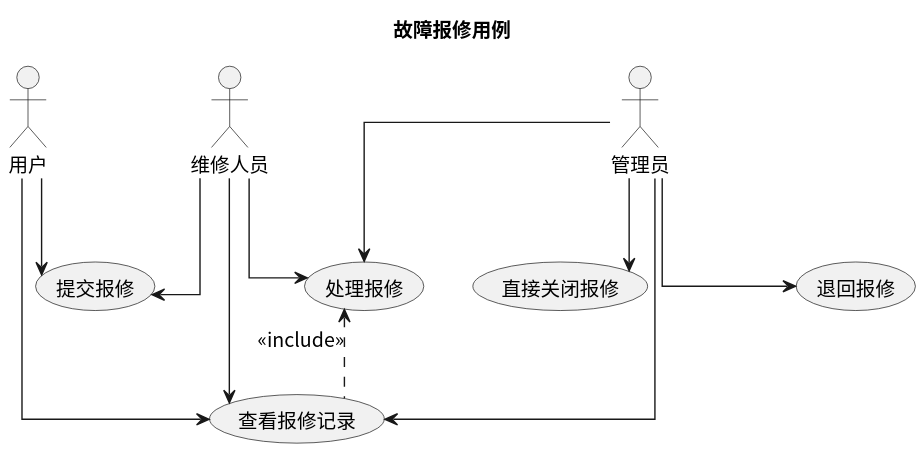
greenhandzdl/charging-station-doc keeps this PlantUML diagram as usecase/docs/backend/img/repair.svg. Above is the earlier version.
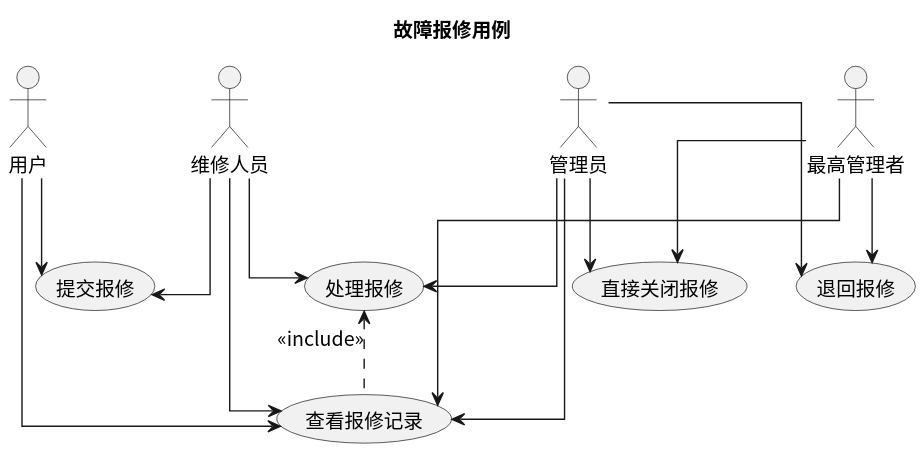
Later version of the same file.

Diff of the diagram source:
```diff
@@ -7,6 +7,7 @@
 actor "用户" as U
 actor "维修人员" as M
 actor "管理员" as A
+actor "最高管理者" as SA
 
 (提交报修)
 (处理报修)
@@ -23,6 +24,9 @@
 A --> 直接关闭报修
 A --> 查看报修记录
 A --> 退回报修
+SA --> 直接关闭报修
+SA --> 查看报修记录
+SA --> 退回报修
 
 处理报修 <.down. 查看报修记录 : <<include>>
 @enduml
```
